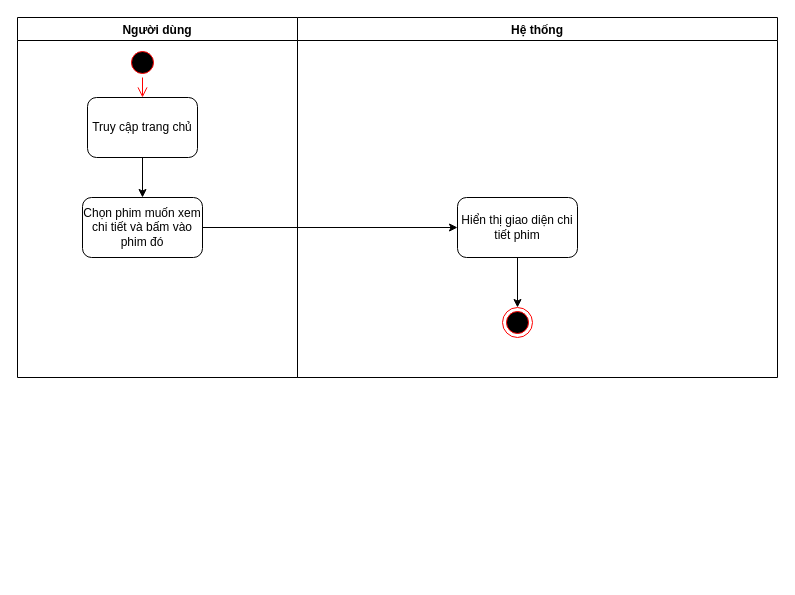
This is Untitled Diagram.drawio from DDLan14/QlSach, a draw.io file, before an edit. Source tidied: cells renumbered, new cells numbered last; positions are measured from the earlier drawing's top-left corner, leaving out a move shared by most shapes. Both pictures are drawn from the tidied source at 100%, with x=0, y=0 at pixel (17, 17).
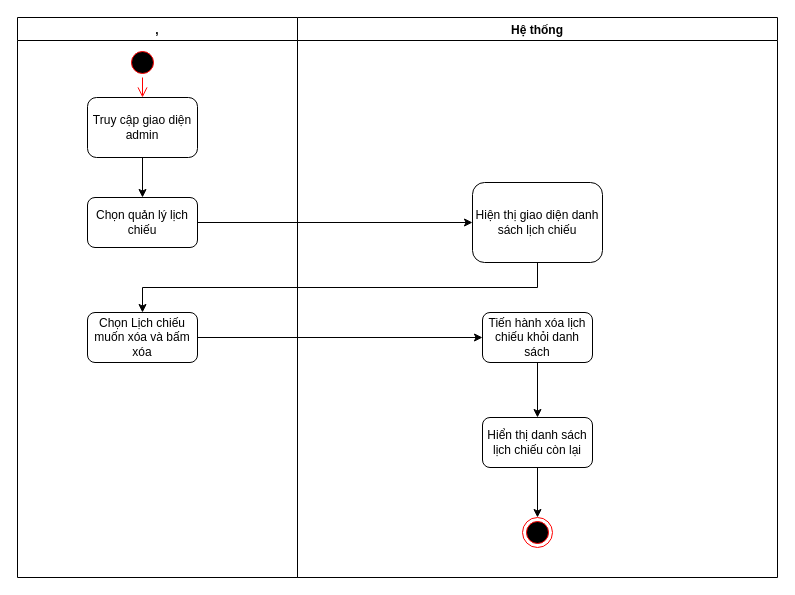
The same page after the edit.

The edit, as a diff of the source:
```diff
@@
 <mxGraphModel>
   <root>
     <mxCell id="0" />
     <mxCell id="1" parent="0" />
-    <mxCell id="2" value="Người dùng" style="swimlane;" parent="1" vertex="1">
-      <mxGeometry width="280" height="360" as="geometry" />
+    <mxCell id="2" value="," style="swimlane;" parent="1" vertex="1">
+      <mxGeometry width="280" height="560" as="geometry" />
     </mxCell>
     <mxCell id="3" style="ellipse;html=1;shape=startState;fillColor=#000000;strokeColor=#ff0000;" parent="2" vertex="1">
       <mxGeometry x="110" y="30" width="30" height="30" as="geometry" />
     </mxCell>
     <mxCell id="4" style="edgeStyle=orthogonalEdgeStyle;html=1;verticalAlign=bottom;endArrow=open;endSize=8;strokeColor=#ff0000;rounded=0;entryX=0.5;entryY=0;entryDx=0;entryDy=0;" parent="2" edge="1" source="3" target="6">
       <mxGeometry relative="1" as="geometry" />
     </mxCell>
-    <mxCell id="5" style="edgeStyle=orthogonalEdgeStyle;rounded=0;jettySize=auto;html=1;entryX=0.5;entryY=0;entryDx=0;entryDy=0;" parent="2" edge="1" source="6" target="7">
-      <mxGeometry relative="1" as="geometry" />
-    </mxCell>
+    <mxCell id="13" style="edgeStyle=orthogonalEdgeStyle;rounded=0;jettySize=auto;html=1;entryX=0.5;entryY=0;entryDx=0;entryDy=0;" parent="2" edge="1" source="6" target="14">
+      <mxGeometry relative="1" as="geometry" />
+    </mxCell>
-    <mxCell id="6" value="Truy cập trang chủ" style="rounded=1;whiteSpace=wrap;html=1;" parent="2" vertex="1">
+    <mxCell id="6" value="Truy cập giao diện admin" style="rounded=1;whiteSpace=wrap;html=1;" parent="2" vertex="1">
       <mxGeometry x="70" y="80" width="110" height="60" as="geometry" />
     </mxCell>
-    <mxCell id="7" value="Chọn phim muốn xem chi tiết và bấm vào phim đó" style="rounded=1;whiteSpace=wrap;html=1;" parent="2" vertex="1">
-      <mxGeometry x="65" y="180" width="120" height="60" as="geometry" />
-    </mxCell>
+    <mxCell id="14" value="Chọn quản lý lịch chiếu" style="rounded=1;whiteSpace=wrap;html=1;" parent="2" vertex="1">
+      <mxGeometry x="70" y="180" width="110" height="50" as="geometry" />
+    </mxCell>
+    <mxCell id="15" value="Chọn Lịch chiếu muốn xóa và bấm xóa" style="rounded=1;whiteSpace=wrap;html=1;" parent="2" vertex="1">
+      <mxGeometry x="70" y="295" width="110" height="50" as="geometry" />
+    </mxCell>
     <mxCell id="8" value="Hệ thống" style="swimlane;" parent="1" vertex="1">
-      <mxGeometry x="280" width="480" height="360" as="geometry" />
+      <mxGeometry x="280" width="480" height="560" as="geometry" />
     </mxCell>
     <mxCell id="9" style="ellipse;html=1;shape=endState;fillColor=#000000;strokeColor=#ff0000;direction=south;" parent="8" vertex="1">
-      <mxGeometry x="205" y="290" width="30" height="30" as="geometry" />
+      <mxGeometry x="225" y="500" width="30" height="30" as="geometry" />
     </mxCell>
-    <mxCell id="10" style="edgeStyle=orthogonalEdgeStyle;rounded=0;jettySize=auto;html=1;exitX=0.5;exitY=1;exitDx=0;exitDy=0;entryX=0;entryY=0.5;entryDx=0;entryDy=0;" parent="8" edge="1" source="11" target="9">
-      <mxGeometry relative="1" as="geometry" />
-    </mxCell>
-    <mxCell id="11" value="Hiển thị giao diện chi tiết phim" style="rounded=1;whiteSpace=wrap;html=1;" parent="8" vertex="1">
-      <mxGeometry x="160" y="180" width="120" height="60" as="geometry" />
-    </mxCell>
-    <mxCell id="12" style="edgeStyle=orthogonalEdgeStyle;rounded=0;jettySize=auto;html=1;entryX=0;entryY=0.5;entryDx=0;entryDy=0;" parent="1" edge="1" source="7" target="11">
-      <mxGeometry relative="1" as="geometry" />
-    </mxCell>
+    <mxCell id="16" value="Hiện thị giao diện danh sách lịch chiếu" style="rounded=1;whiteSpace=wrap;html=1;" parent="8" vertex="1">
+      <mxGeometry x="175" y="165" width="130" height="80" as="geometry" />
+    </mxCell>
+    <mxCell id="17" style="edgeStyle=orthogonalEdgeStyle;rounded=0;jettySize=auto;html=1;entryX=0.5;entryY=0;entryDx=0;entryDy=0;" parent="8" edge="1" source="18" target="20">
+      <mxGeometry relative="1" as="geometry" />
+    </mxCell>
+    <mxCell id="18" value="Tiến hành xóa lịch chiếu khỏi danh sách" style="rounded=1;whiteSpace=wrap;html=1;" parent="8" vertex="1">
+      <mxGeometry x="185" y="295" width="110" height="50" as="geometry" />
+    </mxCell>
+    <mxCell id="19" style="edgeStyle=orthogonalEdgeStyle;rounded=0;jettySize=auto;html=1;entryX=0;entryY=0.5;entryDx=0;entryDy=0;" parent="8" edge="1" source="20" target="9">
+      <mxGeometry relative="1" as="geometry" />
+    </mxCell>
+    <mxCell id="20" value="Hiển thị danh sách lịch chiếu còn lại" style="rounded=1;whiteSpace=wrap;html=1;" parent="8" vertex="1">
+      <mxGeometry x="185" y="400" width="110" height="50" as="geometry" />
+    </mxCell>
+    <mxCell id="21" style="edgeStyle=orthogonalEdgeStyle;rounded=0;jettySize=auto;html=1;entryX=0;entryY=0.5;entryDx=0;entryDy=0;" parent="1" edge="1" source="14" target="16">
+      <mxGeometry relative="1" as="geometry" />
+    </mxCell>
+    <mxCell id="22" style="edgeStyle=orthogonalEdgeStyle;rounded=0;jettySize=auto;html=1;exitX=0.5;exitY=1;exitDx=0;exitDy=0;" parent="1" edge="1" source="16" target="15">
+      <mxGeometry relative="1" as="geometry" />
+    </mxCell>
+    <mxCell id="23" style="edgeStyle=orthogonalEdgeStyle;rounded=0;jettySize=auto;html=1;entryX=0;entryY=0.5;entryDx=0;entryDy=0;" parent="1" edge="1" source="15" target="18">
+      <mxGeometry relative="1" as="geometry" />
+    </mxCell>
   </root>
 </mxGraphModel>
```
